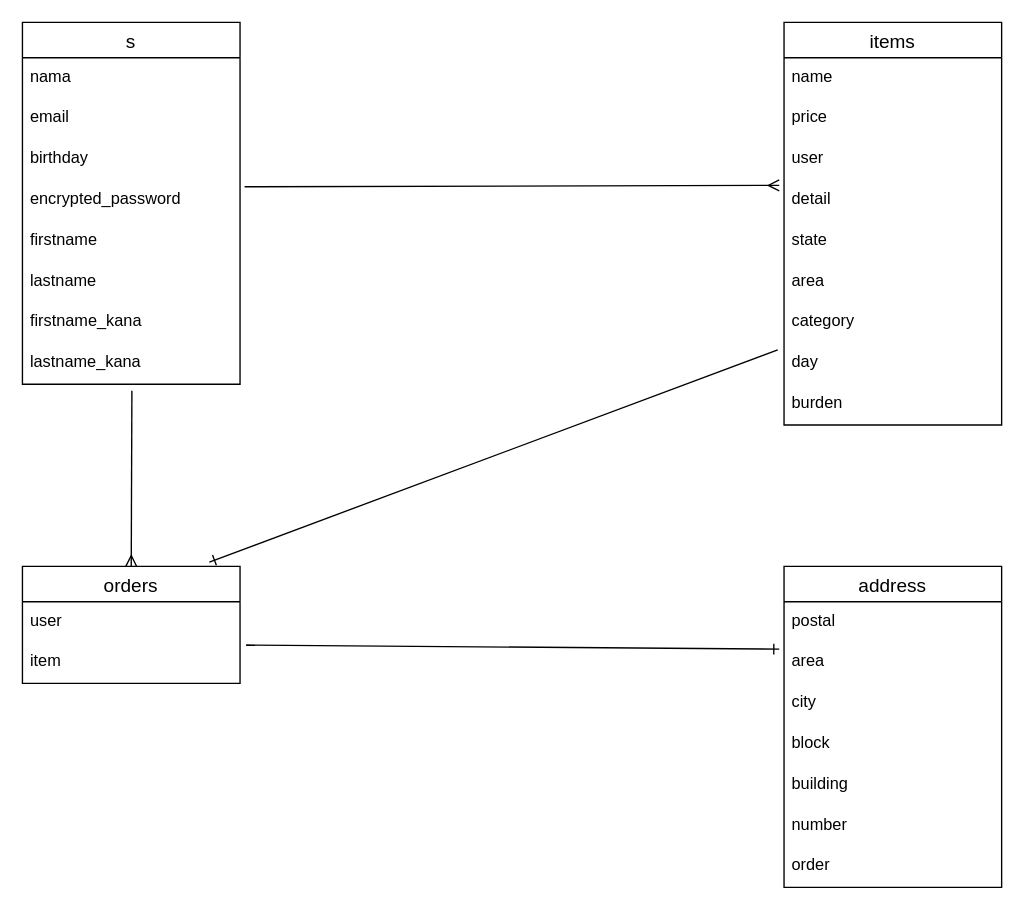
Earlier version of the draw.io diagram app/views/text.dio (mtmtyr141/furima-38553). Source tidied: cells renumbered, new cells numbered last; positions are measured from the earlier drawing's top-left corner, leaving out a move shared by most shapes. Both pictures are drawn from the tidied source at 136%, with x=0, y=0 at pixel (22, 22).
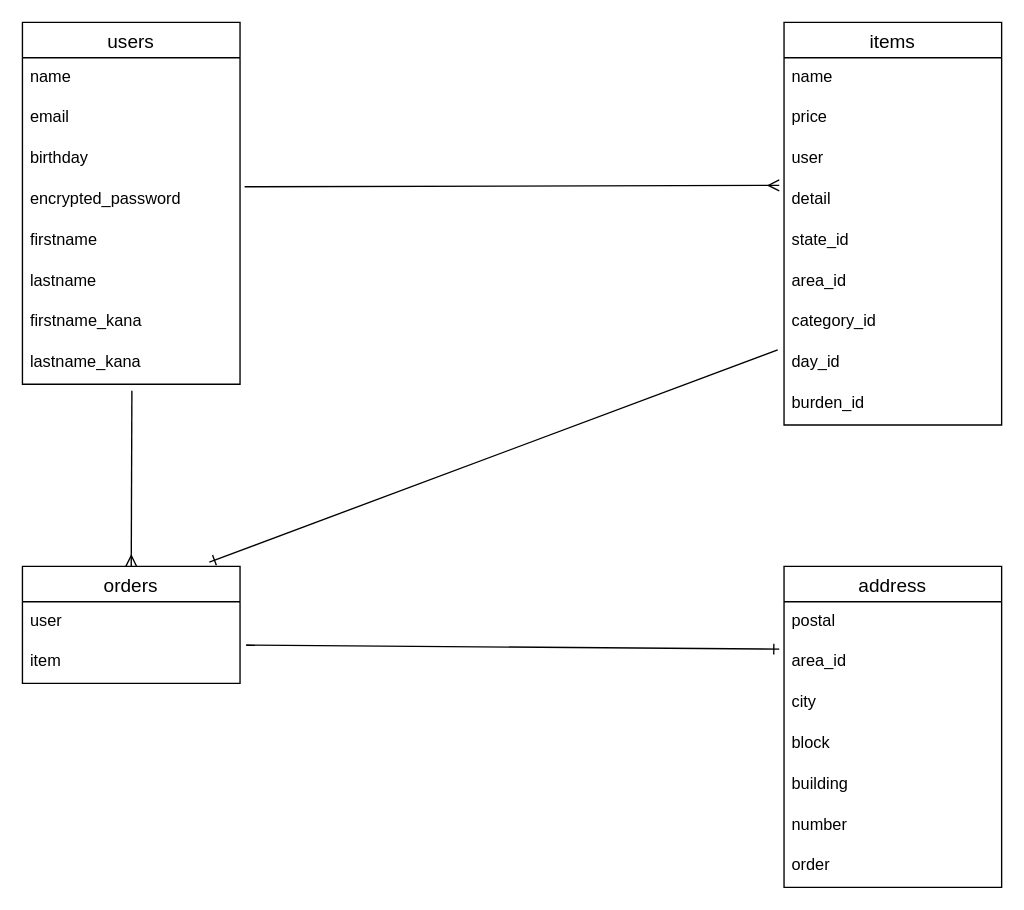
The same page after the edit.

Commit message (it also covers changes not shown here):
order タイプ、オプション変更

Unchanged cells that the change refers to:
```xml
<mxCell id="11" value="items" style="swimlane;fontStyle=0;horizontal=1;startSize=26;align=center;fontSize=14;" parent="1" vertex="1">
  <mxGeometry x="560" width="160" height="296" as="geometry" />
</mxCell>
<mxCell id="21" value="address" style="swimlane;fontStyle=0;horizontal=1;startSize=26;align=center;fontSize=14;" parent="1" vertex="1">
  <mxGeometry x="560" y="400" width="160" height="236" as="geometry" />
</mxCell>
```

Change to the diagram source:
```diff
@@
-    <mxCell id="2" value="s" style="swimlane;fontStyle=0;horizontal=1;startSize=26;align=center;fontSize=14;" parent="1" vertex="1">
+    <mxCell id="2" value="users" style="swimlane;fontStyle=0;horizontal=1;startSize=26;align=center;fontSize=14;" parent="1" vertex="1">
       <mxGeometry width="160" height="266" as="geometry" />
     </mxCell>
-    <mxCell id="3" value="nama" style="text;strokeColor=none;fillColor=none;spacingLeft=4;spacingRight=4;overflow=hidden;fontSize=12;" parent="2" vertex="1">
+    <mxCell id="3" value="name" style="text;strokeColor=none;fillColor=none;spacingLeft=4;spacingRight=4;overflow=hidden;fontSize=12;" parent="2" vertex="1">
       <mxGeometry y="26" width="160" height="30" as="geometry" />
     </mxCell>
@@
-    <mxCell id="16" value="state" style="text;strokeColor=none;fillColor=none;spacingLeft=4;spacingRight=4;overflow=hidden;fontSize=12;" parent="11" vertex="1">
+    <mxCell id="16" value="state_id" style="text;strokeColor=none;fillColor=none;spacingLeft=4;spacingRight=4;overflow=hidden;fontSize=12;" parent="11" vertex="1">
       <mxGeometry y="146" width="160" height="30" as="geometry" />
     </mxCell>
-    <mxCell id="17" value="area" style="text;strokeColor=none;fillColor=none;spacingLeft=4;spacingRight=4;overflow=hidden;fontSize=12;" parent="11" vertex="1">
+    <mxCell id="17" value="area_id" style="text;strokeColor=none;fillColor=none;spacingLeft=4;spacingRight=4;overflow=hidden;fontSize=12;" parent="11" vertex="1">
       <mxGeometry y="176" width="160" height="30" as="geometry" />
     </mxCell>
-    <mxCell id="18" value="category" style="text;strokeColor=none;fillColor=none;spacingLeft=4;spacingRight=4;overflow=hidden;fontSize=12;" parent="11" vertex="1">
+    <mxCell id="18" value="category_id" style="text;strokeColor=none;fillColor=none;spacingLeft=4;spacingRight=4;overflow=hidden;fontSize=12;" parent="11" vertex="1">
       <mxGeometry y="206" width="160" height="30" as="geometry" />
     </mxCell>
-    <mxCell id="19" value="day" style="text;strokeColor=none;fillColor=none;spacingLeft=4;spacingRight=4;overflow=hidden;points=[[0,0.5],[1,0.5]];portConstraint=eastwest;fontSize=12;" parent="11" vertex="1">
+    <mxCell id="19" value="day_id" style="text;strokeColor=none;fillColor=none;spacingLeft=4;spacingRight=4;overflow=hidden;points=[[0,0.5],[1,0.5]];portConstraint=eastwest;fontSize=12;" parent="11" vertex="1">
       <mxGeometry y="236" width="160" height="30" as="geometry" />
     </mxCell>
-    <mxCell id="20" value="burden" style="text;strokeColor=none;fillColor=none;spacingLeft=4;spacingRight=4;overflow=hidden;fontSize=12;" parent="11" vertex="1">
+    <mxCell id="20" value="burden_id" style="text;strokeColor=none;fillColor=none;spacingLeft=4;spacingRight=4;overflow=hidden;fontSize=12;" parent="11" vertex="1">
       <mxGeometry y="266" width="160" height="30" as="geometry" />
     </mxCell>
@@
-    <mxCell id="23" value="area" style="text;strokeColor=none;fillColor=none;spacingLeft=4;spacingRight=4;overflow=hidden;points=[[0,0.5],[1,0.5]];portConstraint=eastwest;fontSize=12;" parent="21" vertex="1">
+    <mxCell id="23" value="area_id" style="text;strokeColor=none;fillColor=none;spacingLeft=4;spacingRight=4;overflow=hidden;points=[[0,0.5],[1,0.5]];portConstraint=eastwest;fontSize=12;" parent="21" vertex="1">
       <mxGeometry y="56" width="160" height="30" as="geometry" />
     </mxCell>
```
